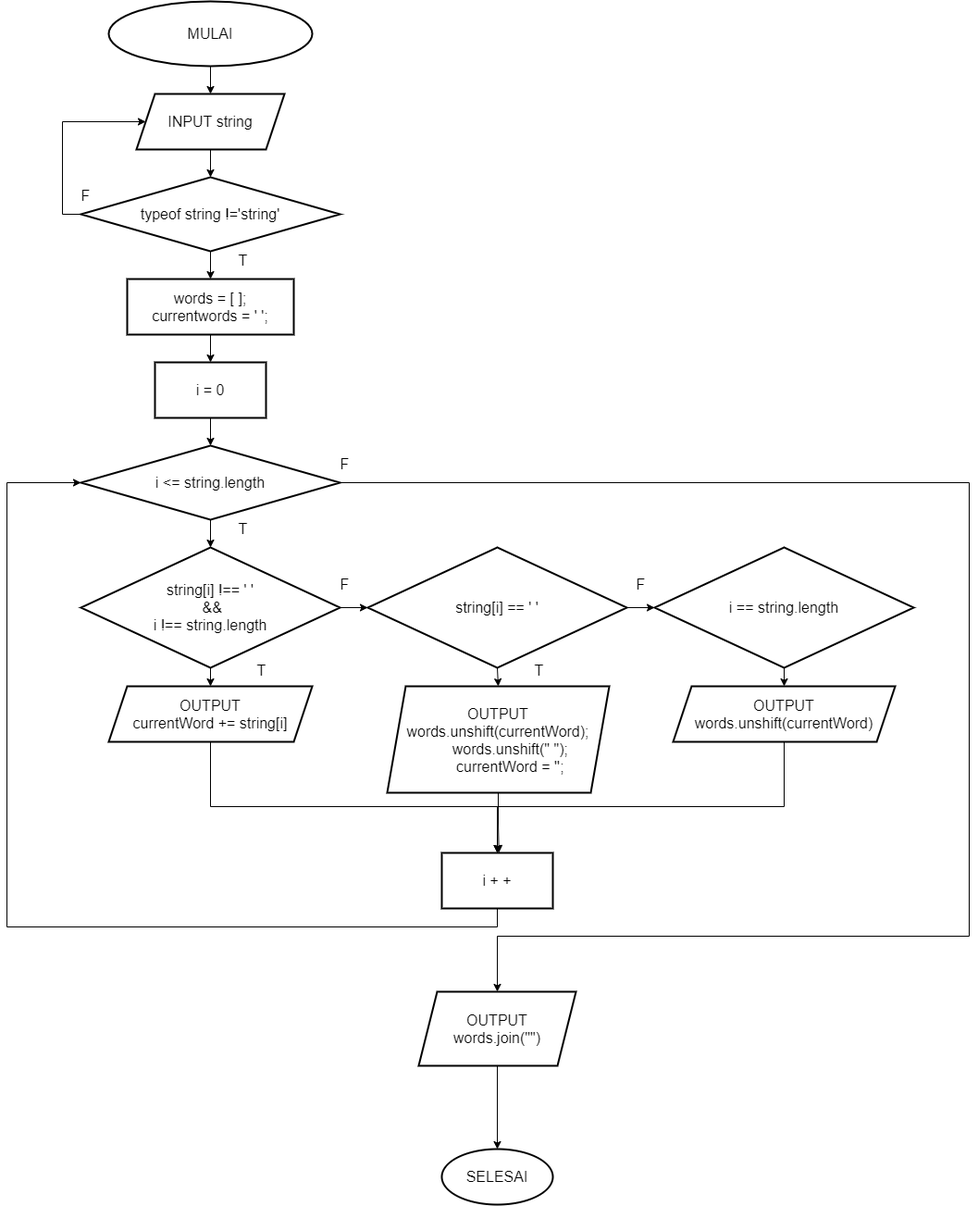
Before: flowchart-3-reversedsentence.png, a diagram exported from draw.io (dindachyfr/algorithm-flowchart). Source tidied: cells renumbered, new cells last; positions are measured from the earlier drawing's top-left corner, leaving out a move shared by most shapes.
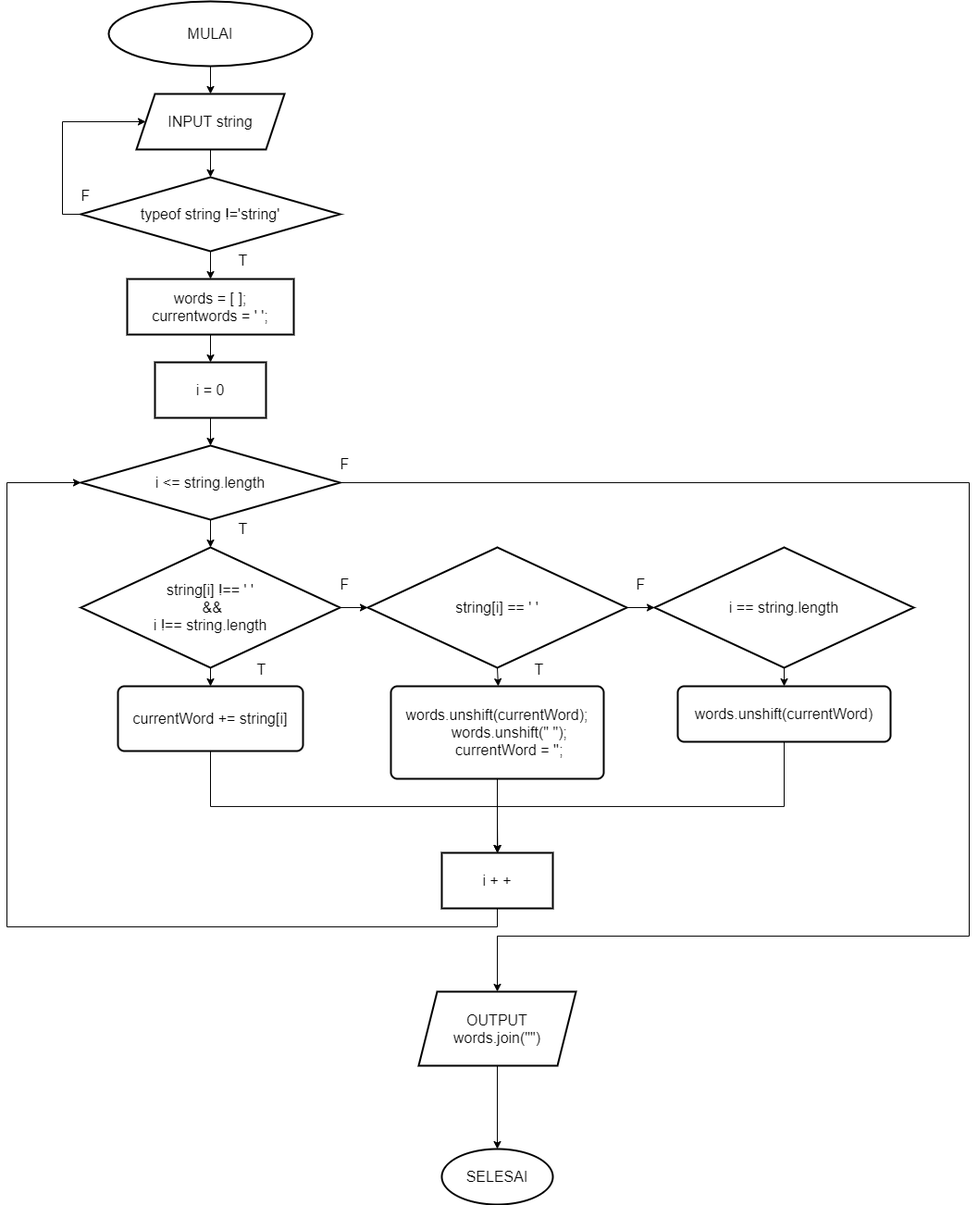
After the commit.

Change to the diagram source:
```diff
@@ -55,8 +55,10 @@
     <mxCell id="15" value="i &amp;lt;= string.length" style="rhombus;whiteSpace=wrap;html=1;fontSize=16;strokeWidth=2;fillColor=default;strokeColor=default;fontColor=default;labelBackgroundColor=default;" parent="1" vertex="1">
       <mxGeometry x="80" y="480" width="280" height="80" as="geometry" />
     </mxCell>
-    <mxCell id="16" style="edgeStyle=orthogonalEdgeStyle;rounded=0;jettySize=auto;html=1;exitX=0.5;exitY=1;exitDx=0;exitDy=0;entryX=0.5;entryY=0;entryDx=0;entryDy=0;labelBackgroundColor=default;fontSize=16;fontColor=default;strokeColor=default;" parent="1" edge="1" source="18" target="26">
-      <mxGeometry relative="1" as="geometry" />
+    <mxCell id="16" style="edgeStyle=orthogonalEdgeStyle;rounded=0;jettySize=auto;html=1;exitX=0.5;exitY=1;exitDx=0;exitDy=0;entryX=0.5;entryY=0;entryDx=0;entryDy=0;labelBackgroundColor=default;fontSize=16;fontColor=default;strokeColor=default;" parent="1" edge="1" source="18">
+      <mxGeometry relative="1" as="geometry">
+        <mxPoint x="220" y="740" as="targetPoint" />
+      </mxGeometry>
     </mxCell>
     <mxCell id="17" style="edgeStyle=orthogonalEdgeStyle;rounded=0;jettySize=auto;html=1;exitX=1;exitY=0.5;exitDx=0;exitDy=0;entryX=0;entryY=0.5;entryDx=0;entryDy=0;" parent="1" edge="1" source="18" target="42">
       <mxGeometry relative="1" as="geometry" />
@@ -64,42 +66,32 @@
     <mxCell id="18" value="string[i] !== ' '&lt;br&gt;&amp;nbsp;&amp;amp;&amp;amp;&lt;br&gt;i !== string.length" style="rhombus;whiteSpace=wrap;html=1;fontSize=16;strokeWidth=2;fillColor=default;strokeColor=default;fontColor=default;labelBackgroundColor=default;" parent="1" vertex="1">
       <mxGeometry x="80" y="590" width="280" height="130" as="geometry" />
     </mxCell>
-    <mxCell id="19" style="edgeStyle=orthogonalEdgeStyle;rounded=0;jettySize=auto;html=1;exitX=0.5;exitY=1;exitDx=0;exitDy=0;entryX=0.5;entryY=0;entryDx=0;entryDy=0;" parent="1" edge="1" source="20" target="22">
-      <mxGeometry relative="1" as="geometry" />
+    <mxCell id="19" style="edgeStyle=orthogonalEdgeStyle;rounded=0;jettySize=auto;html=1;exitX=0.5;exitY=1;exitDx=0;exitDy=0;entryX=0.5;entryY=0;entryDx=0;entryDy=0;" parent="1" edge="1" source="20">
+      <mxGeometry relative="1" as="geometry">
+        <mxPoint x="840" y="740" as="targetPoint" />
+      </mxGeometry>
     </mxCell>
     <mxCell id="20" value="i == string.length" style="rhombus;whiteSpace=wrap;html=1;fontSize=16;strokeWidth=2;fillColor=default;strokeColor=default;fontColor=default;labelBackgroundColor=default;" parent="1" vertex="1">
       <mxGeometry x="700" y="590" width="280" height="130" as="geometry" />
     </mxCell>
-    <mxCell id="21" style="edgeStyle=orthogonalEdgeStyle;rounded=0;jettySize=auto;html=1;exitX=0.5;exitY=1;exitDx=0;exitDy=0;entryX=0.5;entryY=0;entryDx=0;entryDy=0;" parent="1" edge="1" source="22" target="28">
+    <mxCell id="21" style="edgeStyle=orthogonalEdgeStyle;rounded=0;jettySize=auto;html=1;exitX=0.5;exitY=1;exitDx=0;exitDy=0;entryX=0.5;entryY=0;entryDx=0;entryDy=0;" parent="1" edge="1" target="28">
       <mxGeometry relative="1" as="geometry">
+        <mxPoint x="840" y="800" as="sourcePoint" />
         <Array as="points">
           <mxPoint x="840" y="870" />
           <mxPoint x="530" y="870" />
         </Array>
       </mxGeometry>
     </mxCell>
-    <mxCell id="22" value="OUTPUT&lt;br&gt;words.unshift(currentWord)" style="shape=parallelogram;perimeter=parallelogramPerimeter;whiteSpace=wrap;html=1;fixedSize=1;fontSize=16;strokeWidth=2;fillColor=default;strokeColor=default;fontColor=default;labelBackgroundColor=default;" parent="1" vertex="1">
-      <mxGeometry x="720" y="740" width="240" height="60" as="geometry" />
-    </mxCell>
-    <mxCell id="23" style="edgeStyle=orthogonalEdgeStyle;rounded=0;jettySize=auto;html=1;exitX=0.5;exitY=1;exitDx=0;exitDy=0;" parent="1" edge="1" source="24">
-      <mxGeometry relative="1" as="geometry">
-        <mxPoint x="531.7" y="920" as="targetPoint" />
-      </mxGeometry>
-    </mxCell>
-    <mxCell id="24" value="OUTPUT&lt;br&gt;&lt;div&gt;words.unshift(currentWord);&lt;/div&gt;&lt;div&gt;&amp;nbsp; &amp;nbsp; &amp;nbsp; words.unshift(&quot; &quot;);&lt;/div&gt;&lt;div&gt;&amp;nbsp; &amp;nbsp; &amp;nbsp; currentWord = '';&lt;/div&gt;" style="shape=parallelogram;perimeter=parallelogramPerimeter;whiteSpace=wrap;html=1;fixedSize=1;fontSize=16;strokeWidth=2;fillColor=default;strokeColor=default;fontColor=default;labelBackgroundColor=default;" parent="1" vertex="1">
-      <mxGeometry x="411" y="740" width="240" height="115" as="geometry" />
-    </mxCell>
-    <mxCell id="25" style="edgeStyle=orthogonalEdgeStyle;rounded=0;jettySize=auto;html=1;exitX=0.5;exitY=1;exitDx=0;exitDy=0;" parent="1" edge="1" source="26" target="28">
+    <mxCell id="25" style="edgeStyle=orthogonalEdgeStyle;rounded=0;jettySize=auto;html=1;exitX=0.5;exitY=1;exitDx=0;exitDy=0;" parent="1" edge="1" target="28">
       <mxGeometry relative="1" as="geometry">
+        <mxPoint x="220" y="800" as="sourcePoint" />
         <Array as="points">
           <mxPoint x="220" y="870" />
           <mxPoint x="530" y="870" />
         </Array>
       </mxGeometry>
     </mxCell>
-    <mxCell id="26" value="OUTPUT&lt;br&gt;currentWord += string[i]" style="shape=parallelogram;perimeter=parallelogramPerimeter;whiteSpace=wrap;html=1;fixedSize=1;fontSize=16;strokeWidth=2;fillColor=default;strokeColor=default;fontColor=default;labelBackgroundColor=default;" parent="1" vertex="1">
-      <mxGeometry x="110" y="740" width="220" height="60" as="geometry" />
-    </mxCell>
     <mxCell id="27" style="edgeStyle=orthogonalEdgeStyle;rounded=0;jettySize=auto;html=1;exitX=0.5;exitY=1;exitDx=0;exitDy=0;labelBackgroundColor=default;fontSize=16;fontColor=default;strokeColor=default;entryX=0;entryY=0.5;entryDx=0;entryDy=0;" parent="1" edge="1" source="28" target="15">
       <mxGeometry relative="1" as="geometry">
         <Array as="points">
@@ -148,11 +140,27 @@
     <mxCell id="40" style="edgeStyle=orthogonalEdgeStyle;rounded=0;jettySize=auto;html=1;exitX=1;exitY=0.5;exitDx=0;exitDy=0;entryX=0;entryY=0.5;entryDx=0;entryDy=0;" parent="1" edge="1" source="42" target="20">
       <mxGeometry relative="1" as="geometry" />
     </mxCell>
-    <mxCell id="41" style="edgeStyle=orthogonalEdgeStyle;rounded=0;jettySize=auto;html=1;exitX=0.5;exitY=1;exitDx=0;exitDy=0;entryX=0.5;entryY=0;entryDx=0;entryDy=0;" parent="1" edge="1" source="42" target="24">
-      <mxGeometry relative="1" as="geometry" />
+    <mxCell id="41" style="edgeStyle=orthogonalEdgeStyle;rounded=0;jettySize=auto;html=1;exitX=0.5;exitY=1;exitDx=0;exitDy=0;entryX=0.5;entryY=0;entryDx=0;entryDy=0;" parent="1" edge="1" source="42">
+      <mxGeometry relative="1" as="geometry">
+        <mxPoint x="531" y="740" as="targetPoint" />
+      </mxGeometry>
     </mxCell>
     <mxCell id="42" value="string[i] == ' '" style="rhombus;whiteSpace=wrap;html=1;fontSize=16;strokeWidth=2;fillColor=default;strokeColor=default;fontColor=default;labelBackgroundColor=default;" parent="1" vertex="1">
       <mxGeometry x="390" y="590" width="280" height="130" as="geometry" />
     </mxCell>
+    <mxCell id="43" value="&lt;span style=&quot;font-size: 16px ; background-color: rgb(255 , 255 , 255)&quot;&gt;currentWord += string[i]&lt;/span&gt;" style="rounded=1;whiteSpace=wrap;html=1;absoluteArcSize=1;arcSize=14;strokeWidth=2;" parent="1" vertex="1">
+      <mxGeometry x="120" y="740" width="200" height="70" as="geometry" />
+    </mxCell>
+    <mxCell id="44" style="edgeStyle=orthogonalEdgeStyle;rounded=0;jettySize=auto;html=1;exitX=0.5;exitY=1;exitDx=0;exitDy=0;" parent="1" edge="1" source="45">
+      <mxGeometry relative="1" as="geometry">
+        <mxPoint x="530.4" y="920" as="targetPoint" />
+      </mxGeometry>
+    </mxCell>
+    <mxCell id="45" value="&lt;div style=&quot;font-size: 16px&quot;&gt;words.unshift(currentWord);&lt;/div&gt;&lt;div style=&quot;font-size: 16px&quot;&gt;&amp;nbsp; &amp;nbsp; &amp;nbsp; words.unshift(&quot; &quot;);&lt;/div&gt;&lt;div style=&quot;font-size: 16px&quot;&gt;&amp;nbsp; &amp;nbsp; &amp;nbsp; currentWord = '';&lt;/div&gt;" style="rounded=1;whiteSpace=wrap;html=1;absoluteArcSize=1;arcSize=14;strokeWidth=2;" parent="1" vertex="1">
+      <mxGeometry x="415" y="740" width="230" height="100" as="geometry" />
+    </mxCell>
+    <mxCell id="46" value="&lt;span style=&quot;font-size: 16px ; background-color: rgb(255 , 255 , 255)&quot;&gt;words.unshift(currentWord)&lt;/span&gt;" style="rounded=1;whiteSpace=wrap;html=1;absoluteArcSize=1;arcSize=14;strokeWidth=2;" parent="1" vertex="1">
+      <mxGeometry x="725" y="740" width="230" height="60" as="geometry" />
+    </mxCell>
   </root>
 </mxGraphModel>
```
